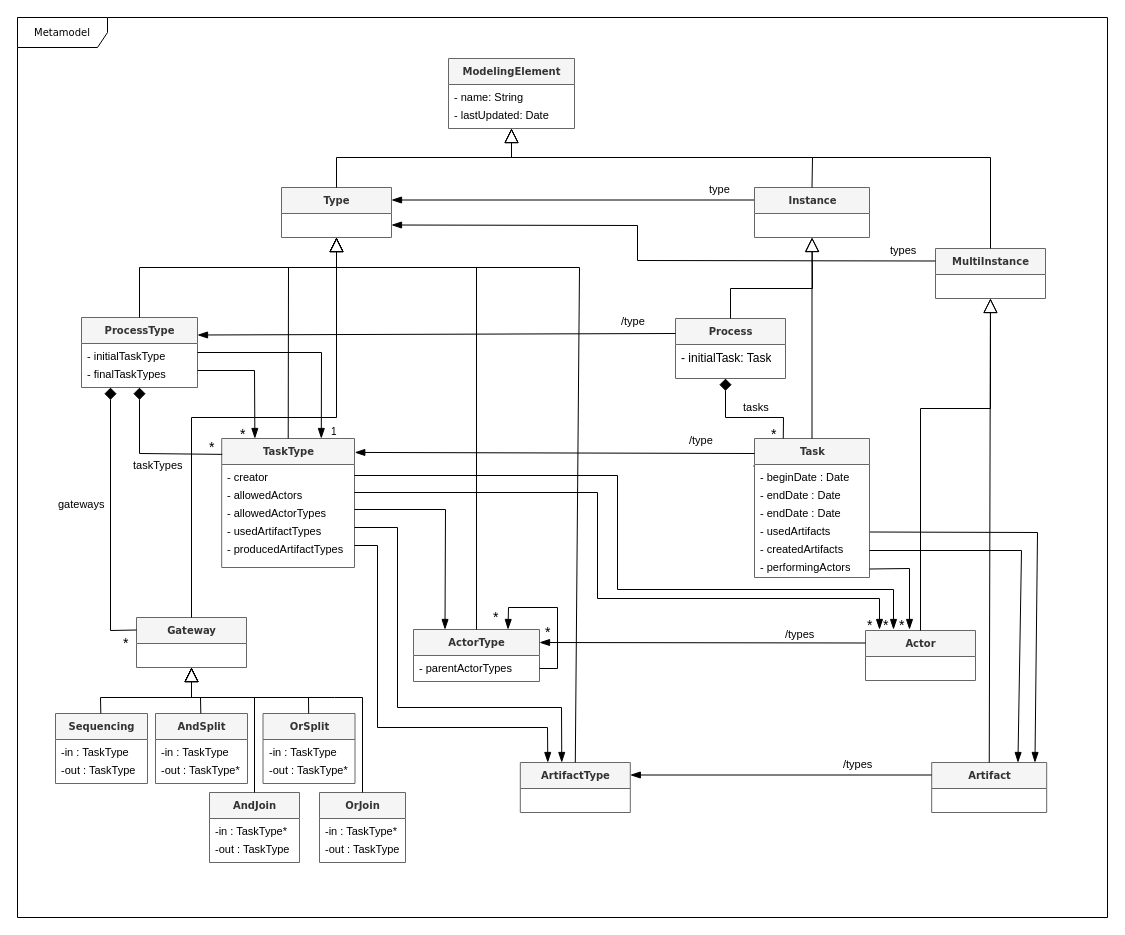
The draw.io diagram Figures/Metamodel.drawio in labsticc-p4s/multi-process-challenge, before the edit. Source tidied: cells renumbered, new cells numbered last; positions are measured from the earlier drawing's top-left corner, leaving out a move shared by most shapes. Both pictures are drawn from the tidied source at 100%, with x=0, y=0 at pixel (17, 17).
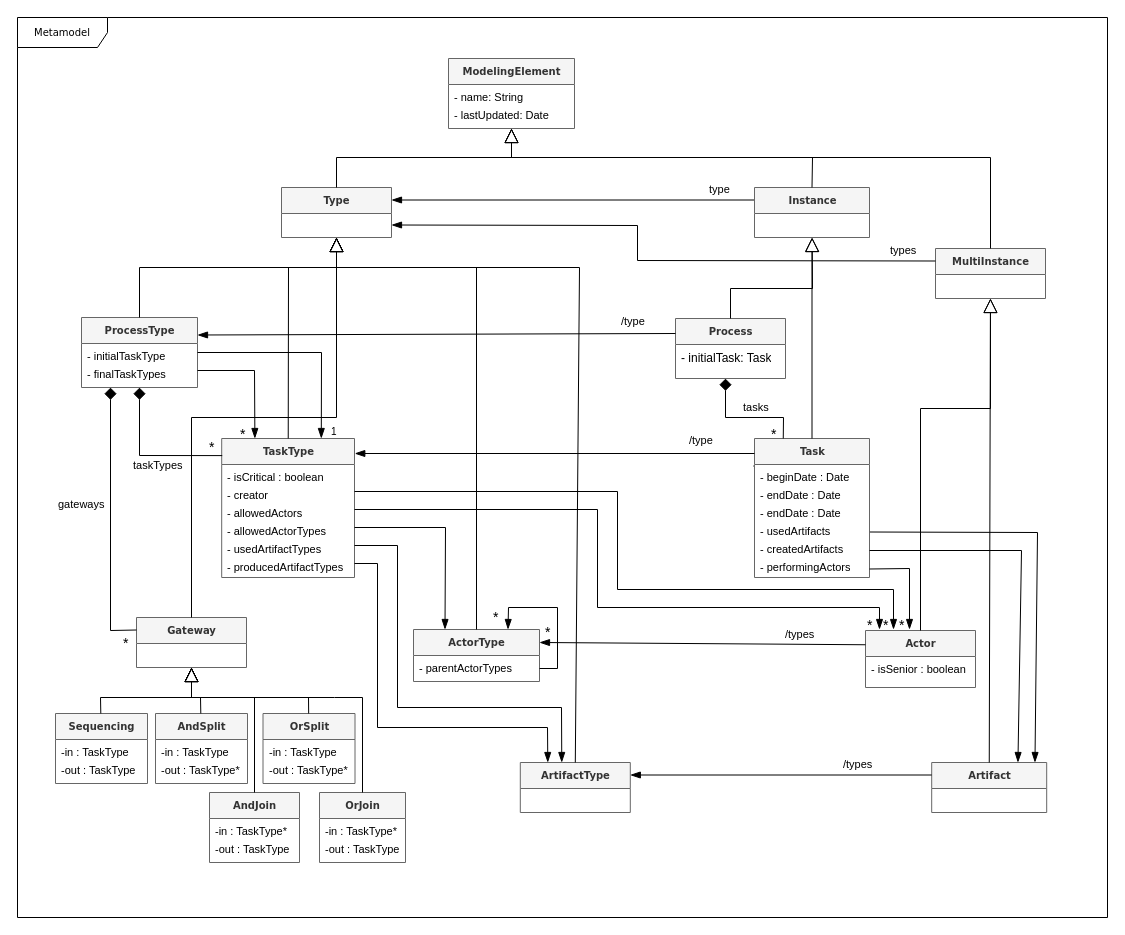
After the change.

Unchanged cells that the change refers to:
```xml
<mxCell id="25" value="&lt;b&gt;ProcessType&lt;/b&gt;" style="swimlane;html=1;fontStyle=0;horizontal=1;startSize=26;fillColor=#f5f5f5;swimlaneFillColor=#ffffff;rounded=0;shadow=0;comic=0;labelBackgroundColor=none;strokeWidth=1;fontFamily=Verdana;fontSize=10;align=center;strokeColor=#666666;fontColor=#333333;" parent="1" vertex="1">
  <mxGeometry x="64" y="300" width="116" height="70" as="geometry" />
</mxCell>
<mxCell id="39" value="&lt;b&gt;ActorType&lt;/b&gt;" style="swimlane;html=1;fontStyle=0;horizontal=1;startSize=26;fillColor=#f5f5f5;swimlaneFillColor=#ffffff;rounded=0;shadow=0;comic=0;labelBackgroundColor=none;strokeWidth=1;fontFamily=Verdana;fontSize=10;align=center;strokeColor=#666666;fontColor=#333333;" parent="1" vertex="1">
  <mxGeometry x="396" y="612" width="126" height="52" as="geometry" />
</mxCell>
<mxCell id="41" value="&lt;div&gt;&lt;b&gt;ArtifactType&lt;/b&gt;&lt;/div&gt;" style="swimlane;html=1;fontStyle=0;horizontal=1;startSize=26;fillColor=#f5f5f5;swimlaneFillColor=#ffffff;rounded=0;shadow=0;comic=0;labelBackgroundColor=none;strokeWidth=1;fontFamily=Verdana;fontSize=10;align=center;strokeColor=#666666;fontColor=#333333;" parent="1" vertex="1">
  <mxGeometry x="502.8" y="745" width="110" height="50" as="geometry" />
</mxCell>
```

Change to the diagram source:
```diff
@@
     <mxCell id="29" value="&lt;b&gt;TaskType&lt;/b&gt;" style="swimlane;html=1;fontStyle=0;horizontal=1;startSize=26;fillColor=#f5f5f5;swimlaneFillColor=#ffffff;rounded=0;shadow=0;comic=0;labelBackgroundColor=none;strokeWidth=1;fontFamily=Verdana;fontSize=10;align=center;strokeColor=#666666;fontColor=#333333;" parent="1" vertex="1">
-      <mxGeometry x="204.2" y="421" width="132.8" height="129" as="geometry" />
+      <mxGeometry x="204.2" y="421" width="132.8" height="139" as="geometry" />
     </mxCell>
+    <mxCell id="105" value="- isCritical : boolean" style="text;html=1;strokeColor=none;fillColor=none;align=left;verticalAlign=top;spacingLeft=4;spacingRight=4;whiteSpace=wrap;overflow=hidden;fontSize=11;" parent="29" vertex="1">
+      <mxGeometry y="26" width="132.8" height="18" as="geometry" />
+    </mxCell>
     <mxCell id="30" value="- creator" style="text;html=1;strokeColor=none;fillColor=none;align=left;verticalAlign=top;spacingLeft=4;spacingRight=4;whiteSpace=wrap;overflow=hidden;points=[[0,0.5],[1,0.5]];portConstraint=eastwest;fontSize=11;" parent="29" vertex="1">
-      <mxGeometry y="26" width="132.8" height="18" as="geometry" />
+      <mxGeometry y="44" width="132.8" height="18" as="geometry" />
     </mxCell>
     <mxCell id="31" value="- allowedActors" style="text;html=1;strokeColor=none;fillColor=none;align=left;verticalAlign=top;spacingLeft=4;spacingRight=4;whiteSpace=wrap;overflow=hidden;points=[[0,0.5],[1,0.5]];portConstraint=eastwest;fontSize=11;" parent="29" vertex="1">
-      <mxGeometry y="44" width="132.8" height="18" as="geometry" />
+      <mxGeometry y="62" width="132.8" height="18" as="geometry" />
     </mxCell>
     <mxCell id="32" value="- allowedActorTypes" style="text;html=1;strokeColor=none;fillColor=none;align=left;verticalAlign=top;spacingLeft=4;spacingRight=4;whiteSpace=wrap;overflow=hidden;points=[[0,0.5],[1,0.5]];portConstraint=eastwest;fontSize=11;" parent="29" vertex="1">
-      <mxGeometry y="62" width="132.8" height="18" as="geometry" />
+      <mxGeometry y="80" width="132.8" height="18" as="geometry" />
     </mxCell>
     <mxCell id="33" value="- usedArtifactTypes" style="text;html=1;strokeColor=none;fillColor=none;align=left;verticalAlign=top;spacingLeft=4;spacingRight=4;whiteSpace=wrap;overflow=hidden;points=[[0,0.5],[1,0.5]];portConstraint=eastwest;fontSize=11;" parent="29" vertex="1">
-      <mxGeometry y="80" width="132.8" height="18" as="geometry" />
+      <mxGeometry y="98" width="132.8" height="18" as="geometry" />
     </mxCell>
     <mxCell id="34" value="- producedArtifactTypes" style="text;html=1;strokeColor=none;fillColor=none;align=left;verticalAlign=top;spacingLeft=4;spacingRight=4;whiteSpace=wrap;overflow=hidden;points=[[0,0.5],[1,0.5]];portConstraint=eastwest;fontSize=11;" parent="29" vertex="1">
-      <mxGeometry y="98" width="132.8" height="18" as="geometry" />
+      <mxGeometry y="116" width="132.8" height="18" as="geometry" />
     </mxCell>
@@
     <mxCell id="62" value="&lt;b&gt;Actor&lt;/b&gt;" style="swimlane;html=1;fontStyle=0;horizontal=1;startSize=26;fillColor=#f5f5f5;swimlaneFillColor=#ffffff;rounded=0;shadow=0;comic=0;labelBackgroundColor=none;strokeWidth=1;fontFamily=Verdana;fontSize=10;align=center;strokeColor=#666666;fontColor=#333333;" parent="1" vertex="1">
-      <mxGeometry x="848" y="613" width="110" height="50" as="geometry" />
+      <mxGeometry x="848" y="613" width="110" height="57" as="geometry" />
     </mxCell>
+    <mxCell id="106" value="- isSenior : boolean" style="text;html=1;strokeColor=none;fillColor=none;align=left;verticalAlign=top;spacingLeft=4;spacingRight=4;whiteSpace=wrap;overflow=hidden;fontSize=11;" parent="62" vertex="1">
+      <mxGeometry y="26" width="110" height="18" as="geometry" />
+    </mxCell>
@@
-    <mxCell id="92" style="edgeStyle=none;rounded=0;orthogonalLoop=1;jettySize=auto;html=1;exitX=1;exitY=0.5;exitDx=0;exitDy=0;endArrow=blockThin;endFill=1;endSize=8;" parent="1" edge="1">
+    <mxCell id="92" style="edgeStyle=none;rounded=0;jettySize=auto;html=1;exitX=1;exitY=0.5;exitDx=0;exitDy=0;endArrow=blockThin;endFill=1;endSize=8;" parent="1" edge="1" source="30">
       <mxGeometry relative="1" as="geometry">
-        <mxPoint x="337" y="458" as="sourcePoint" />
         <mxPoint x="876" y="612" as="targetPoint" />
         <Array as="points">
-          <mxPoint x="600" y="458" />
+          <mxPoint x="600" y="474" />
           <mxPoint x="600" y="572" />
           <mxPoint x="876" y="572" />
         </Array>
       </mxGeometry>
     </mxCell>
@@
     <mxCell id="95" style="edgeStyle=none;rounded=0;jettySize=auto;html=1;endArrow=none;endFill=0;endSize=10;startArrow=diamond;startFill=1;startSize=10;entryX=0.004;entryY=0.123;entryDx=0;entryDy=0;entryPerimeter=0;exitX=0.5;exitY=1;exitDx=0;exitDy=0;" parent="1" edge="1" source="25" target="29">
       <mxGeometry relative="1" as="geometry">
         <Array as="points">
-          <mxPoint x="122" y="436" />
+          <mxPoint x="122" y="438" />
         </Array>
       </mxGeometry>
     </mxCell>
     <mxCell id="96" style="edgeStyle=none;rounded=0;jettySize=auto;html=1;exitX=1;exitY=0.5;exitDx=0;exitDy=0;endArrow=blockThin;endFill=1;endSize=8;entryX=0.25;entryY=0;entryDx=0;entryDy=0;" parent="1" edge="1" source="32" target="39">
       <mxGeometry relative="1" as="geometry">
         <Array as="points">
-          <mxPoint x="428" y="492" />
+          <mxPoint x="428" y="510" />
         </Array>
       </mxGeometry>
     </mxCell>
-    <mxCell id="97" style="edgeStyle=none;rounded=0;orthogonalLoop=1;jettySize=auto;html=1;exitX=1;exitY=0.5;exitDx=0;exitDy=0;endArrow=blockThin;endFill=1;endSize=8;" parent="1" edge="1">
+    <mxCell id="97" style="edgeStyle=none;rounded=0;jettySize=auto;html=1;exitX=1;exitY=0.5;exitDx=0;exitDy=0;endArrow=blockThin;endFill=1;endSize=8;" parent="1" edge="1" source="31">
       <mxGeometry relative="1" as="geometry">
-        <mxPoint x="337" y="475" as="sourcePoint" />
         <mxPoint x="862" y="612" as="targetPoint" />
         <Array as="points">
-          <mxPoint x="580" y="475" />
-          <mxPoint x="580" y="581" />
-          <mxPoint x="862" y="581" />
+          <mxPoint x="580" y="492" />
+          <mxPoint x="580" y="590" />
+          <mxPoint x="862" y="590" />
         </Array>
       </mxGeometry>
     </mxCell>
     <mxCell id="98" style="edgeStyle=none;rounded=0;jettySize=auto;html=1;exitX=1;exitY=0.5;exitDx=0;exitDy=0;endArrow=blockThin;endFill=1;endSize=8;entryX=0.25;entryY=0;entryDx=0;entryDy=0;" parent="1" edge="1" source="34" target="41">
       <mxGeometry relative="1" as="geometry">
         <Array as="points">
-          <mxPoint x="360" y="528" />
+          <mxPoint x="360" y="546" />
           <mxPoint x="360" y="710" />
           <mxPoint x="530" y="710" />
         </Array>
       </mxGeometry>
     </mxCell>
     <mxCell id="99" style="edgeStyle=none;rounded=0;jettySize=auto;html=1;exitX=1;exitY=0.5;exitDx=0;exitDy=0;endArrow=blockThin;endFill=1;endSize=8;entryX=0.377;entryY=0;entryDx=0;entryDy=0;entryPerimeter=0;" parent="1" edge="1" source="33" target="41">
       <mxGeometry relative="1" as="geometry">
         <Array as="points">
-          <mxPoint x="380" y="510" />
+          <mxPoint x="380" y="528" />
           <mxPoint x="380" y="690" />
           <mxPoint x="544" y="690" />
         </Array>
       </mxGeometry>
     </mxCell>
```
